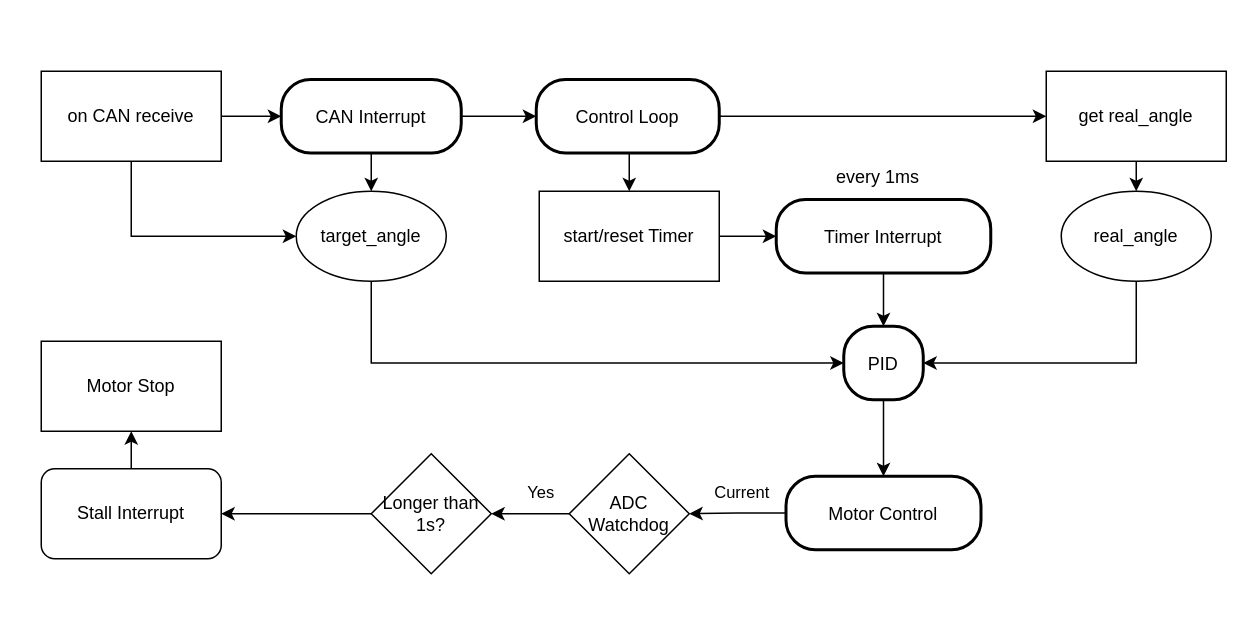
Before: 36V 3.6A 30D/CAN-Controlled/Code Flowchart.drawio in Alex-C-EE/PowerServo-AE, a draw.io diagram. Source tidied: cells renumbered, new cells numbered last; positions are measured from the earlier drawing's top-left corner, leaving out a move shared by most shapes. Both pictures are drawn from the tidied source at 150%, with x=0, y=0 at pixel (40, 70).
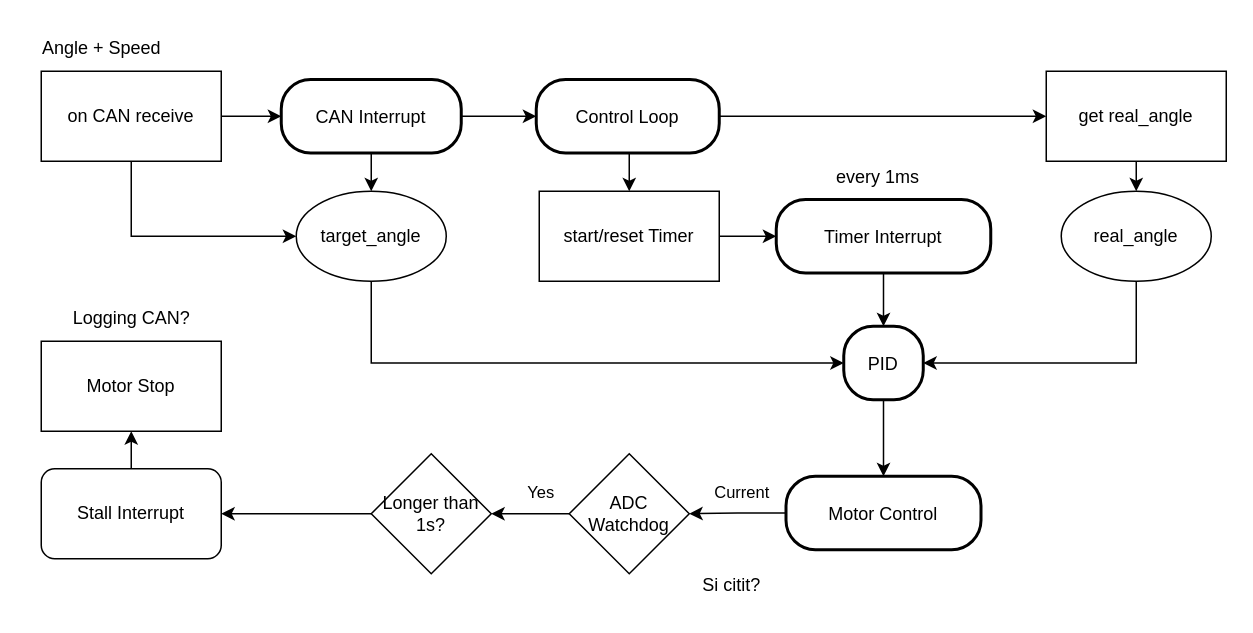
The same diagram, later.

The edit, as a diff of the source:
```diff
@@
+    <mxCell id="35" value="Logging CAN?" style="text;html=1;align=center;verticalAlign=middle;strokeColor=none;fillColor=none;" parent="1" vertex="1">
+      <mxGeometry x="10" y="150" width="100" height="30" as="geometry" />
+    </mxCell>
+    <mxCell id="36" value="Si citit?" style="text;html=1;align=center;verticalAlign=middle;strokeColor=none;fillColor=none;" parent="1" vertex="1">
+      <mxGeometry x="430" y="328" width="60" height="30" as="geometry" />
+    </mxCell>
+    <mxCell id="37" value="Angle + Speed" style="text;html=1;align=center;verticalAlign=middle;strokeColor=none;fillColor=none;" parent="1" vertex="1">
+      <mxGeometry x="-10" y="-30" width="100" height="30" as="geometry" />
+    </mxCell>
```
